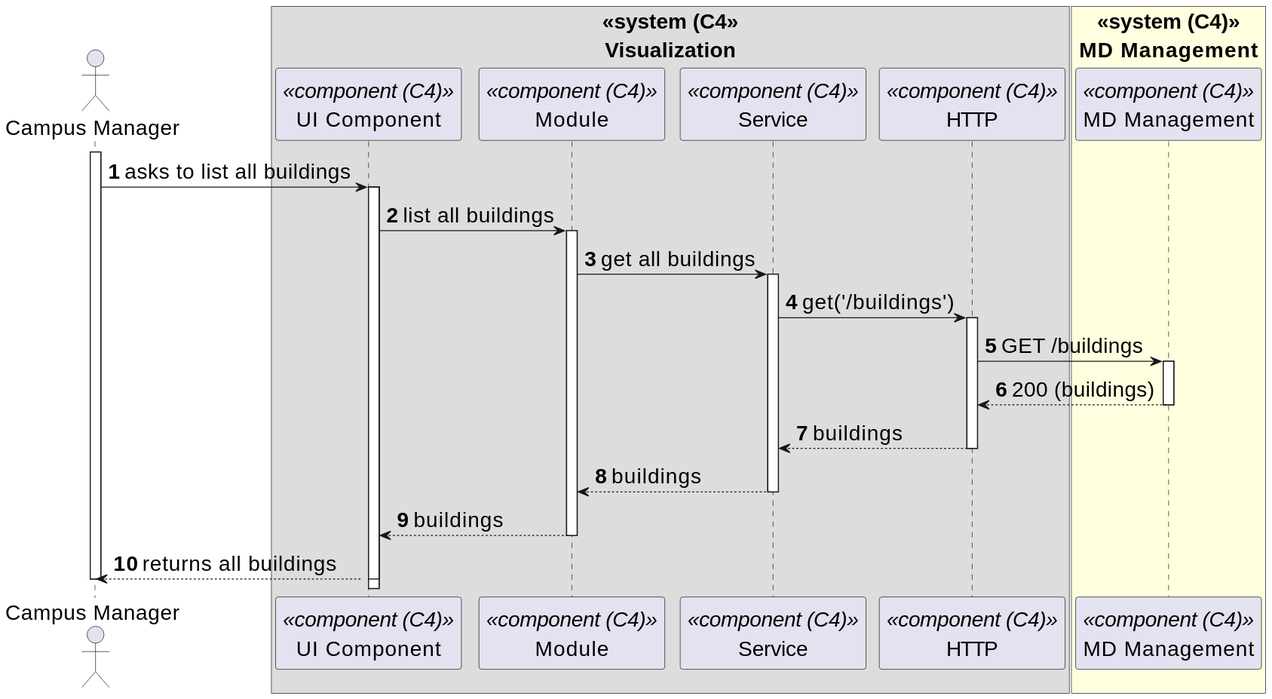
miseEnPlace-dev/lapr5 keeps this PlantUML diagram as _wiki/sprint-b/us-1030/views/level-3/assets/process-view.svg. Above is the earlier version. Its diagram source:
```plantuml
@startuml
skinparamlocked defaultFontSize 20
autonumber
skinparam DefaultTextAlignment<<center>> center

actor CM as "Campus Manager"
box "<<system (C4>>\nVisualization"<<center>>
  participant CMP as "UI Component" <<component (C4)>>
  participant MOD as "Module" <<component (C4)>>
  participant SRV as "Service" <<component (C4)>>
  participant HTTP as "HTTP" <<component (C4)>>
end box

box "<<system (C4)>>\nMD Management" <<center>>#LightYellow
  participant MDM as "MD Management" <<component (C4)>>
end box

activate CM

CM -> CMP : asks to list all buildings
activate CMP

activate CMP
CMP -> MOD : list all buildings
activate MOD
MOD -> SRV : get all buildings
activate SRV
SRV -> HTTP : get('/buildings')

activate HTTP

HTTP -> MDM : GET /buildings
activate MDM
MDM --> HTTP : 200 (buildings)
deactivate MDM

HTTP --> SRV : buildings
deactivate HTTP

SRV --> MOD : buildings
deactivate SRV
MOD --> CMP : buildings
deactivate MOD

CM <-- CMP : returns all buildings
deactivate CMP


deactivate CM
@enduml
```
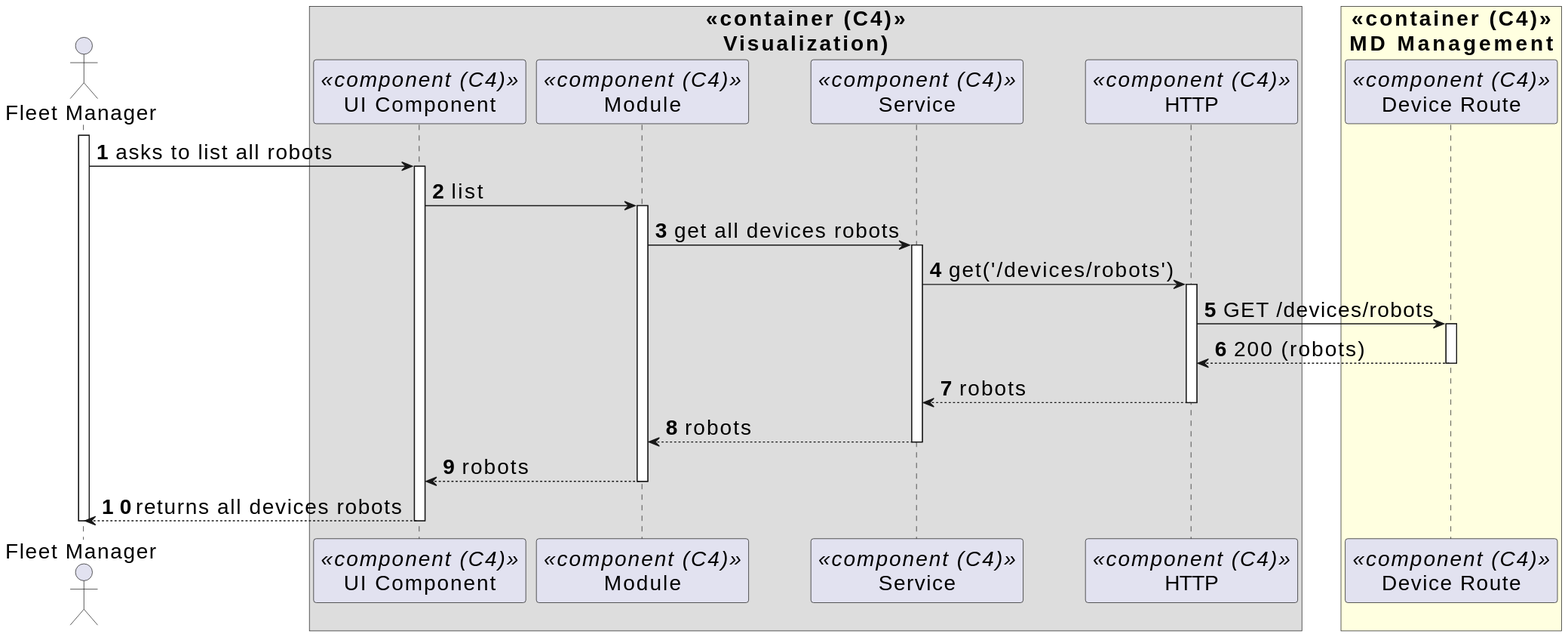
After the commit.

The edit, as a diff of the source:
```diff
@@ -3,48 +3,46 @@
 autonumber
 skinparam DefaultTextAlignment<<center>> center
 
-actor CM as "Campus Manager"
-box "<<system (C4>>\nVisualization"<<center>>
+actor FM as "Fleet Manager"
+box "<<container (C4)>>\nVisualization)"<<center>>
   participant CMP as "UI Component" <<component (C4)>>
   participant MOD as "Module" <<component (C4)>>
   participant SRV as "Service" <<component (C4)>>
   participant HTTP as "HTTP" <<component (C4)>>
 end box
 
-box "<<system (C4)>>\nMD Management" <<center>>#LightYellow
-  participant MDM as "MD Management" <<component (C4)>>
+box "<<container (C4)>>\nMD Management" <<center>>#LightYellow
+  participant MDM as "Device Route" <<component (C4)>>
 end box
 
-activate CM
+activate FM
 
-CM -> CMP : asks to list all buildings
+FM -> CMP : asks to list all robots
 activate CMP
 
-activate CMP
-CMP -> MOD : list all buildings
+CMP -> MOD : list
 activate MOD
-MOD -> SRV : get all buildings
+MOD -> SRV : get all devices robots
 activate SRV
-SRV -> HTTP : get('/buildings')
+SRV -> HTTP : get('/devices/robots')
 
 activate HTTP
 
-HTTP -> MDM : GET /buildings
+HTTP -> MDM : GET /devices/robots
 activate MDM
-MDM --> HTTP : 200 (buildings)
+MDM --> HTTP : 200 (robots)
 deactivate MDM
 
-HTTP --> SRV : buildings
+HTTP --> SRV : robots
 deactivate HTTP
 
-SRV --> MOD : buildings
+SRV --> MOD : robots
 deactivate SRV
-MOD --> CMP : buildings
+MOD --> CMP : robots
 deactivate MOD
 
-CM <-- CMP : returns all buildings
+FM <-- CMP : returns all devices robots
 deactivate CMP
 
-
-deactivate CM
+deactivate FM
 @enduml
```
